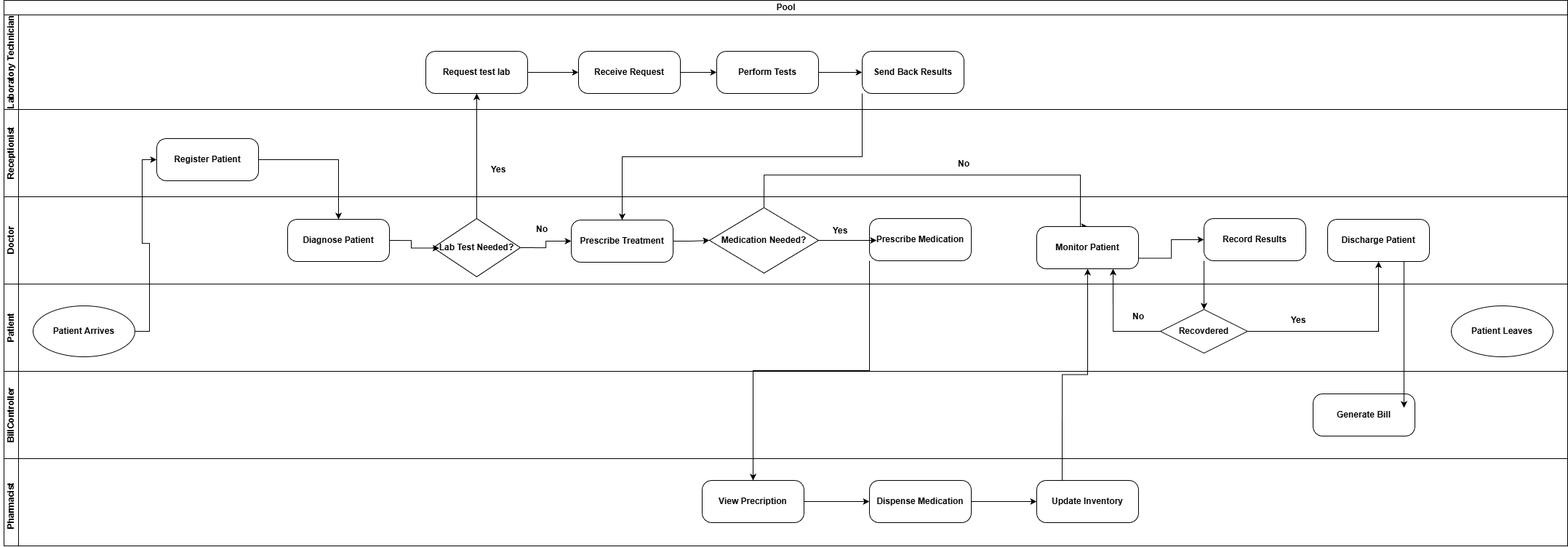
John34263/Hospital-Administration-System keeps this draw.io diagram as Week 8/bpmn.png. Above is the earlier version. Source tidied: cells renumbered, new cells last; positions are measured from the earlier drawing's top-left corner, leaving out a move shared by most shapes.
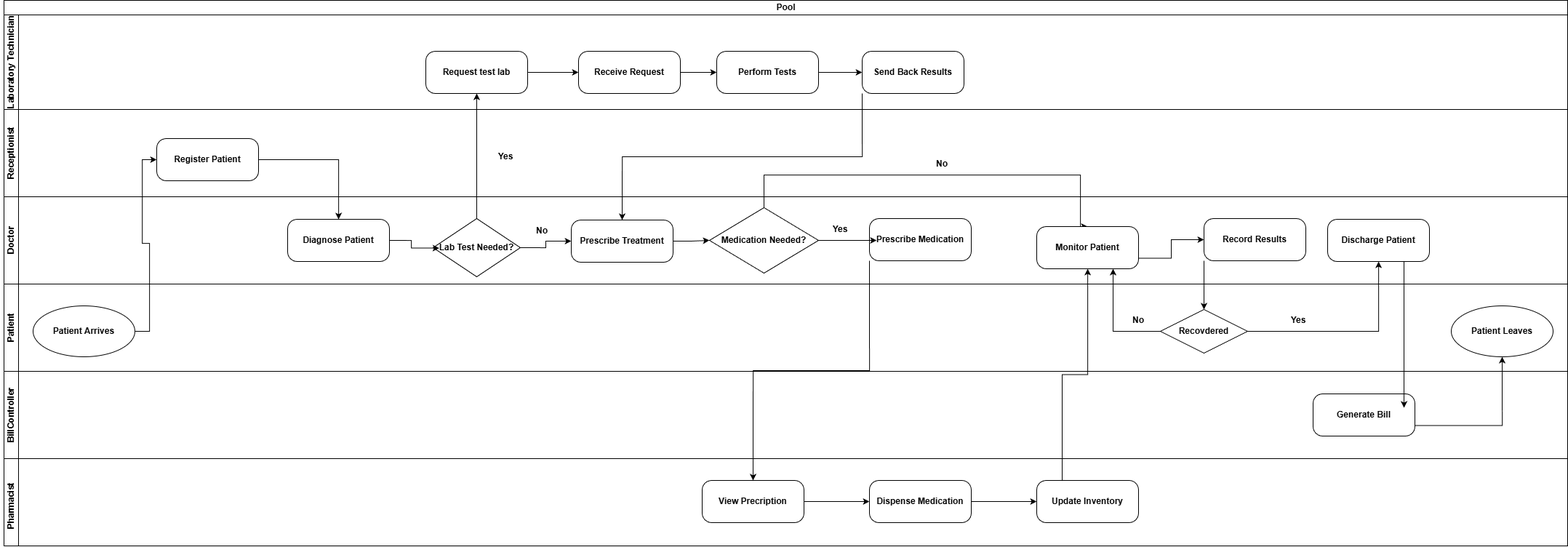
Above is the later version.

The edit, as a diff of the source:
```diff
@@ -35,12 +35,9 @@
     <mxCell id="12" value="&lt;b&gt;Register Patient&lt;/b&gt;" style="html=1;align=center;verticalAlign=middle;rounded=1;absoluteArcSize=1;arcSize=26;dashed=0;whiteSpace=wrap;" parent="11" vertex="1">
       <mxGeometry x="210" y="40" width="140" height="58" as="geometry" />
     </mxCell>
-    <mxCell id="13" value="&lt;b&gt;No&lt;/b&gt;" style="text;html=1;whiteSpace=wrap;strokeColor=none;fillColor=none;align=center;verticalAlign=middle;rounded=0;" parent="11" vertex="1">
-      <mxGeometry x="1290" y="60" width="60" height="30" as="geometry" />
-    </mxCell>
-    <mxCell id="14" value="&lt;b&gt;Yes&lt;/b&gt;" style="text;html=1;whiteSpace=wrap;strokeColor=none;fillColor=none;align=center;verticalAlign=middle;rounded=0;" parent="11" vertex="1">
-      <mxGeometry x="650" y="68" width="60" height="30" as="geometry" />
-    </mxCell>
+    <mxCell id="59" value="&lt;b&gt;No&lt;/b&gt;" style="text;html=1;whiteSpace=wrap;strokeColor=none;fillColor=none;align=center;verticalAlign=middle;rounded=0;" parent="11" vertex="1">
+      <mxGeometry x="1260" y="60" width="60" height="30" as="geometry" />
+    </mxCell>
     <mxCell id="15" value="Doctor" style="swimlane;startSize=20;horizontal=0;html=1;" parent="2" vertex="1">
       <mxGeometry y="270" width="2150" height="120" as="geometry" />
     </mxCell>
@@ -91,12 +88,12 @@
     <mxCell id="29" value="&lt;b&gt;Discharge Patient&lt;/b&gt;" style="html=1;align=center;verticalAlign=middle;rounded=1;absoluteArcSize=1;arcSize=26;dashed=0;whiteSpace=wrap;" parent="15" vertex="1">
       <mxGeometry x="1820" y="31" width="140" height="58" as="geometry" />
     </mxCell>
-    <mxCell id="30" value="&lt;b&gt;No&lt;/b&gt;" style="text;html=1;whiteSpace=wrap;strokeColor=none;fillColor=none;align=center;verticalAlign=middle;rounded=0;" parent="15" vertex="1">
-      <mxGeometry x="710" y="30" width="60" height="30" as="geometry" />
-    </mxCell>
-    <mxCell id="31" value="&lt;b&gt;Yes&lt;/b&gt;" style="text;html=1;whiteSpace=wrap;strokeColor=none;fillColor=none;align=center;verticalAlign=middle;rounded=0;" parent="15" vertex="1">
-      <mxGeometry x="1120" y="32" width="60" height="30" as="geometry" />
-    </mxCell>
+    <mxCell id="60" value="&lt;b&gt;No&lt;/b&gt;" style="text;html=1;whiteSpace=wrap;strokeColor=none;fillColor=none;align=center;verticalAlign=middle;rounded=0;" parent="15" vertex="1">
+      <mxGeometry x="710" y="32" width="60" height="30" as="geometry" />
+    </mxCell>
+    <mxCell id="61" value="&lt;b&gt;Yes&lt;/b&gt;" style="text;html=1;whiteSpace=wrap;strokeColor=none;fillColor=none;align=center;verticalAlign=middle;rounded=0;" parent="15" vertex="1">
+      <mxGeometry x="1120" y="30" width="60" height="30" as="geometry" />
+    </mxCell>
     <mxCell id="32" style="swimlane;startSize=20;horizontal=0;html=1;" parent="2" vertex="1">
       <mxGeometry y="390" width="2150" height="120" as="geometry" />
     </mxCell>
@@ -112,9 +109,9 @@
     <mxCell id="36" value="&lt;b&gt;Patient Leaves&lt;/b&gt;" style="ellipse;whiteSpace=wrap;html=1;" parent="32" vertex="1">
       <mxGeometry x="1990" y="30" width="140" height="70" as="geometry" />
     </mxCell>
-    <mxCell id="37" value="&lt;b&gt;No&lt;/b&gt;" style="text;html=1;whiteSpace=wrap;strokeColor=none;fillColor=none;align=center;verticalAlign=middle;rounded=0;" parent="32" vertex="1">
-      <mxGeometry x="1530" y="30" width="60" height="30" as="geometry" />
-    </mxCell>
+    <mxCell id="62" value="&lt;b&gt;No&lt;/b&gt;" style="text;html=1;whiteSpace=wrap;strokeColor=none;fillColor=none;align=center;verticalAlign=middle;rounded=0;" parent="32" vertex="1">
+      <mxGeometry x="1530" y="35" width="60" height="30" as="geometry" />
+    </mxCell>
     <mxCell id="38" value="&lt;b&gt;Yes&lt;/b&gt;" style="text;html=1;whiteSpace=wrap;strokeColor=none;fillColor=none;align=center;verticalAlign=middle;rounded=0;" parent="32" vertex="1">
       <mxGeometry x="1750" y="35" width="60" height="30" as="geometry" />
     </mxCell>
@@ -178,5 +175,11 @@
     <mxCell id="58" style="edgeStyle=orthogonalEdgeStyle;rounded=0;jettySize=auto;html=1;exitX=0.75;exitY=1;exitDx=0;exitDy=0;entryX=0.893;entryY=0.328;entryDx=0;entryDy=0;entryPerimeter=0;" parent="2" edge="1" source="29" target="41">
       <mxGeometry relative="1" as="geometry" />
     </mxCell>
+    <mxCell id="63" style="edgeStyle=orthogonalEdgeStyle;rounded=0;jettySize=auto;html=1;exitX=1;exitY=0.75;exitDx=0;exitDy=0;entryX=0.5;entryY=1;entryDx=0;entryDy=0;" parent="2" edge="1" source="41" target="36">
+      <mxGeometry relative="1" as="geometry" />
+    </mxCell>
+    <mxCell id="64" value="&lt;b&gt;Yes&lt;/b&gt;" style="text;html=1;whiteSpace=wrap;strokeColor=none;fillColor=none;align=center;verticalAlign=middle;rounded=0;" parent="1" vertex="1">
+      <mxGeometry x="680" y="200" width="60" height="30" as="geometry" />
+    </mxCell>
   </root>
 </mxGraphModel>
```
